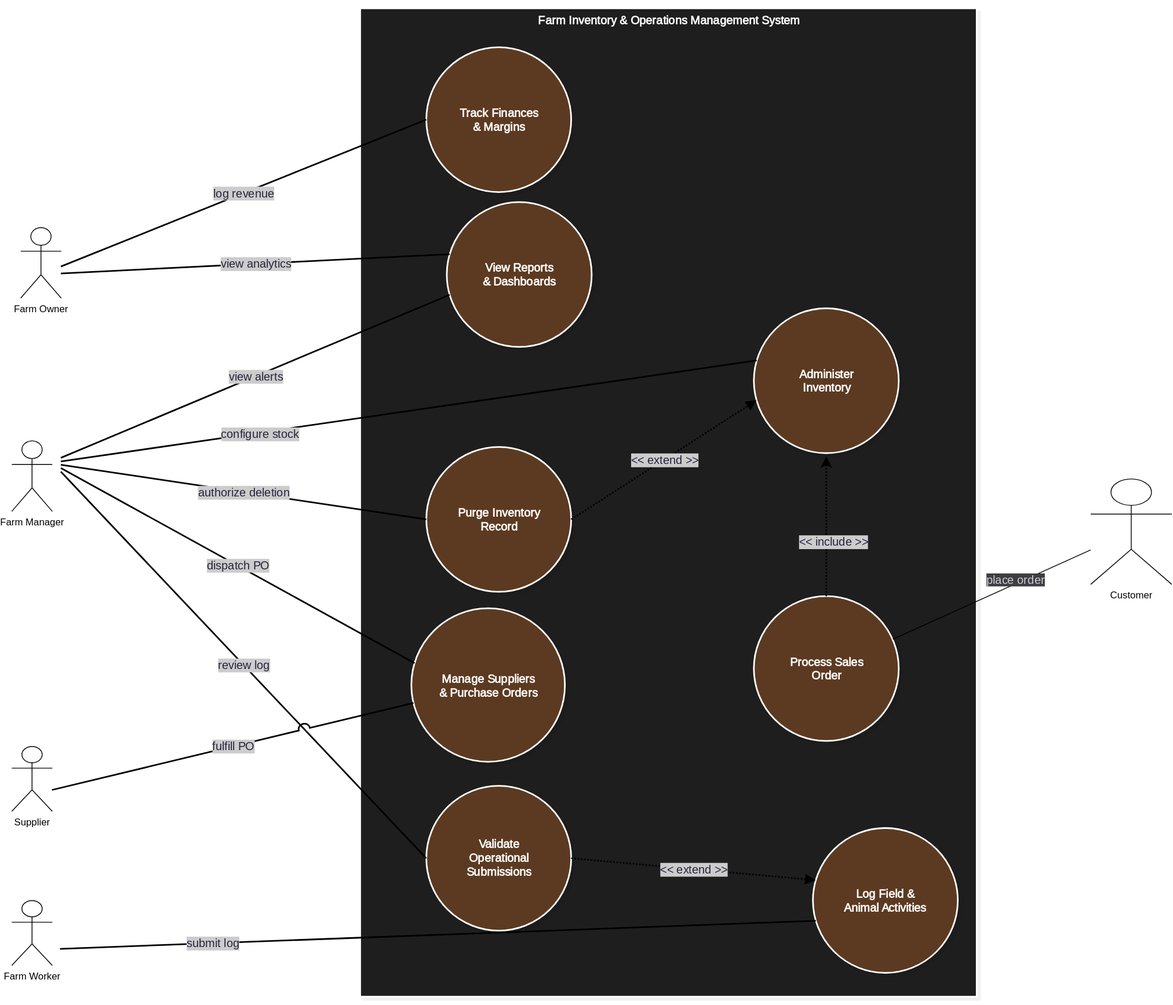
This is diagrams/Sequence_Diagram.svg from frhetto/Farm-Inventory-Manager, a draw.io export, as it was before one commit. Source tidied: cells renumbered, new cells last; positions are measured from the earlier drawing's top-left corner, leaving out a move shared by most shapes.
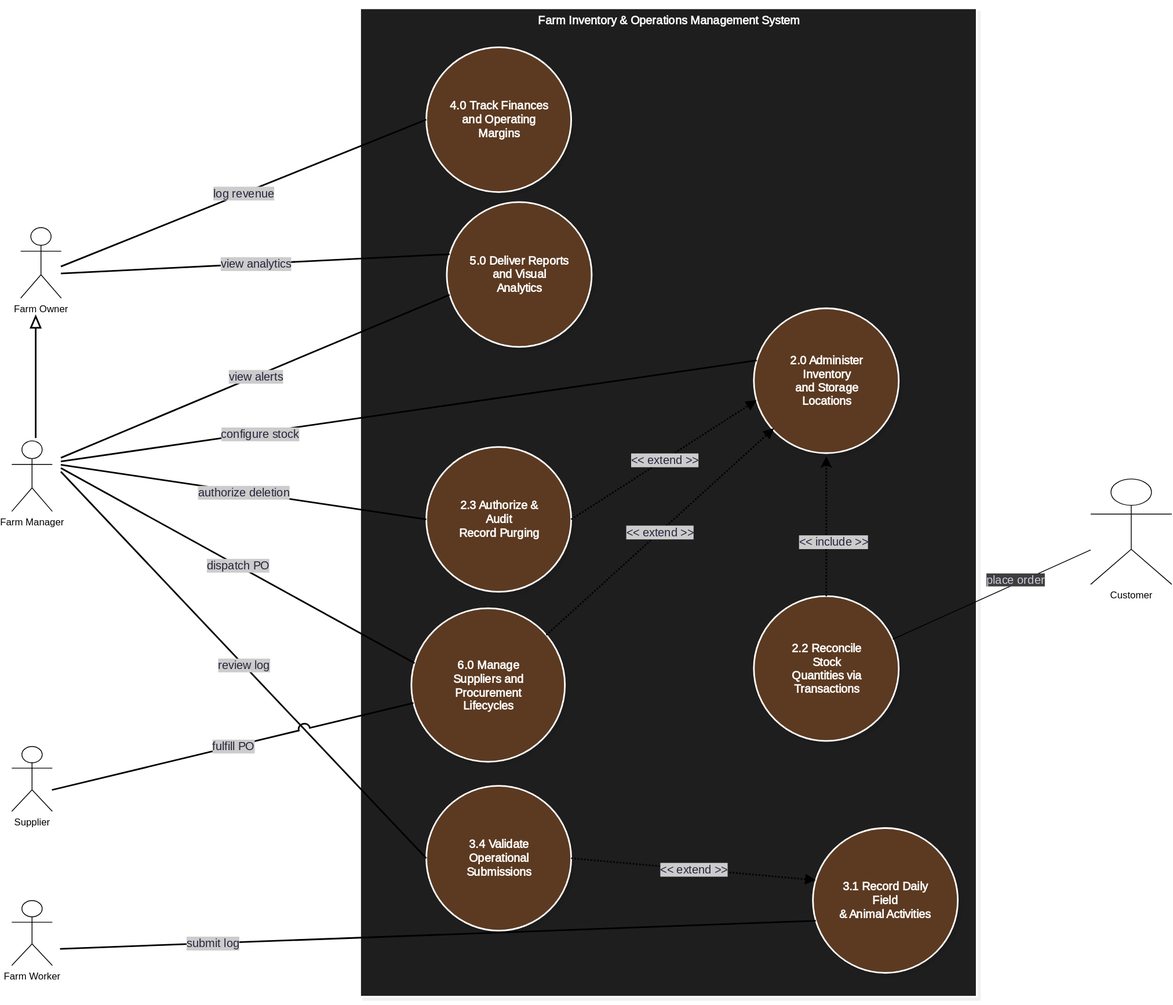
The same diagram one commit later.

What changed in the source:
```diff
@@ -11,22 +11,22 @@
     <mxCell id="4" value="Farm Inventory &amp; Operations Management System" style="html=1;whiteSpace=nowrap;strokeWidth=2;verticalAlign=top;fillColor=light-dark(#1E1E1E,#6666FF);strokeColor=#ffffff;fontColor=#ffffff;fontFamily=Recursive;fontSize=14;shadow=1;shadowColor=#000000;shadowOffsetX=4;shadowOffsetY=4;shadowBlur=0;shadowOpacity=6;fontStyle=1;fontSource=https%3A%2F%2Ffonts.googleapis.com%2Fcss%3Ffamily%3DRecursive;" parent="3" vertex="1">
       <mxGeometry x="440" y="10" width="760" height="1219" as="geometry" />
     </mxCell>
-    <mxCell id="5" value="Track Finances&#10;&amp; Margins" style="ellipse;html=1;strokeWidth=2;whiteSpace=wrap;fillColor=#5c3a21;strokeColor=#ffffff;fontColor=#ffffff;fontFamily=Recursive;fontSize=14;shadow=1;shadowColor=#000000;shadowOffsetX=4;shadowOffsetY=4;shadowBlur=0;shadowOpacity=6;fontStyle=1;labelWidth=120;fontSource=https%3A%2F%2Ffonts.googleapis.com%2Fcss%3Ffamily%3DRecursive;" parent="4" vertex="1">
+    <mxCell id="5" value="4.0 Track Finances&#10;and Operating Margins" style="ellipse;html=1;strokeWidth=2;whiteSpace=wrap;fillColor=#5c3a21;strokeColor=#ffffff;fontColor=#ffffff;fontFamily=Recursive;fontSize=14;shadow=1;shadowColor=#000000;shadowOffsetX=4;shadowOffsetY=4;shadowBlur=0;shadowOpacity=6;fontStyle=1;labelWidth=120;fontSource=https%3A%2F%2Ffonts.googleapis.com%2Fcss%3Ffamily%3DRecursive;" parent="4" vertex="1">
       <mxGeometry x="81.5" y="48" width="178.6" height="178.6" as="geometry" />
     </mxCell>
-    <mxCell id="6" value="View Reports&#10;&amp; Dashboards" style="ellipse;html=1;strokeWidth=2;whiteSpace=wrap;fillColor=#5c3a21;strokeColor=#ffffff;fontColor=#ffffff;fontFamily=Recursive;fontSize=14;shadow=1;shadowColor=#000000;shadowOffsetX=4;shadowOffsetY=4;shadowBlur=0;shadowOpacity=6;fontStyle=1;labelWidth=120;fontSource=https%3A%2F%2Ffonts.googleapis.com%2Fcss%3Ffamily%3DRecursive;" parent="4" vertex="1">
+    <mxCell id="6" value="5.0 Deliver Reports&#10;and Visual Analytics" style="ellipse;html=1;strokeWidth=2;whiteSpace=wrap;fillColor=#5c3a21;strokeColor=#ffffff;fontColor=#ffffff;fontFamily=Recursive;fontSize=14;shadow=1;shadowColor=#000000;shadowOffsetX=4;shadowOffsetY=4;shadowBlur=0;shadowOpacity=6;fontStyle=1;labelWidth=120;fontSource=https%3A%2F%2Ffonts.googleapis.com%2Fcss%3Ffamily%3DRecursive;" parent="4" vertex="1">
       <mxGeometry x="106.8" y="239" width="178.6" height="178.6" as="geometry" />
     </mxCell>
-    <mxCell id="7" value="Administer&#10;Inventory" style="ellipse;html=1;strokeWidth=2;whiteSpace=wrap;fillColor=#5c3a21;strokeColor=#ffffff;fontColor=#ffffff;fontFamily=Recursive;fontSize=14;shadow=1;shadowColor=#000000;shadowOffsetX=4;shadowOffsetY=4;shadowBlur=0;shadowOpacity=6;fontStyle=1;labelWidth=120;fontSource=https%3A%2F%2Ffonts.googleapis.com%2Fcss%3Ffamily%3DRecursive;" parent="4" vertex="1">
+    <mxCell id="7" value="2.0 Administer Inventory&#10;and Storage Locations" style="ellipse;html=1;strokeWidth=2;whiteSpace=wrap;fillColor=#5c3a21;strokeColor=#ffffff;fontColor=#ffffff;fontFamily=Recursive;fontSize=14;shadow=1;shadowColor=#000000;shadowOffsetX=4;shadowOffsetY=4;shadowBlur=0;shadowOpacity=6;fontStyle=1;labelWidth=120;fontSource=https%3A%2F%2Ffonts.googleapis.com%2Fcss%3Ffamily%3DRecursive;" parent="4" vertex="1">
       <mxGeometry x="485.3" y="370" width="178.6" height="178.6" as="geometry" />
     </mxCell>
-    <mxCell id="8" value="Purge Inventory&#10;Record" style="ellipse;html=1;strokeWidth=2;whiteSpace=wrap;fillColor=#5c3a21;strokeColor=#ffffff;fontColor=#ffffff;fontFamily=Recursive;fontSize=14;shadow=1;shadowColor=#000000;shadowOffsetX=4;shadowOffsetY=4;shadowBlur=0;shadowOpacity=6;fontStyle=1;labelWidth=120;fontSource=https%3A%2F%2Ffonts.googleapis.com%2Fcss%3Ffamily%3DRecursive;" parent="4" vertex="1">
+    <mxCell id="8" value="2.3 Authorize &amp; Audit&#10;Record Purging" style="ellipse;html=1;strokeWidth=2;whiteSpace=wrap;fillColor=#5c3a21;strokeColor=#ffffff;fontColor=#ffffff;fontFamily=Recursive;fontSize=14;shadow=1;shadowColor=#000000;shadowOffsetX=4;shadowOffsetY=4;shadowBlur=0;shadowOpacity=6;fontStyle=1;labelWidth=120;fontSource=https%3A%2F%2Ffonts.googleapis.com%2Fcss%3Ffamily%3DRecursive;" parent="4" vertex="1">
       <mxGeometry x="81.5" y="541" width="178.6" height="178.6" as="geometry" />
     </mxCell>
-    <mxCell id="9" value="Validate Operational&#10;Submissions" style="ellipse;html=1;strokeWidth=2;whiteSpace=wrap;fillColor=#5c3a21;strokeColor=#ffffff;fontColor=#ffffff;fontFamily=Recursive;fontSize=14;shadow=1;shadowColor=#000000;shadowOffsetX=4;shadowOffsetY=4;shadowBlur=0;shadowOpacity=6;fontStyle=1;labelWidth=120;fontSource=https%3A%2F%2Ffonts.googleapis.com%2Fcss%3Ffamily%3DRecursive;" parent="4" vertex="1">
+    <mxCell id="9" value="3.4 Validate&#10;Operational Submissions" style="ellipse;html=1;strokeWidth=2;whiteSpace=wrap;fillColor=#5c3a21;strokeColor=#ffffff;fontColor=#ffffff;fontFamily=Recursive;fontSize=14;shadow=1;shadowColor=#000000;shadowOffsetX=4;shadowOffsetY=4;shadowBlur=0;shadowOpacity=6;fontStyle=1;labelWidth=120;fontSource=https%3A%2F%2Ffonts.googleapis.com%2Fcss%3Ffamily%3DRecursive;" parent="4" vertex="1">
       <mxGeometry x="81.5" y="959" width="178.6" height="178.6" as="geometry" />
     </mxCell>
-    <mxCell id="10" value="Log Field &amp;&#10;Animal Activities" style="ellipse;html=1;strokeWidth=2;whiteSpace=wrap;fillColor=#5c3a21;strokeColor=#ffffff;fontColor=#ffffff;fontFamily=Recursive;fontSize=14;shadow=1;shadowColor=#000000;shadowOffsetX=4;shadowOffsetY=4;shadowBlur=0;shadowOpacity=6;fontStyle=1;labelWidth=120;fontSource=https%3A%2F%2Ffonts.googleapis.com%2Fcss%3Ffamily%3DRecursive;" parent="4" vertex="1">
+    <mxCell id="10" value="3.1 Record Daily Field&#10;&amp; Animal Activities" style="ellipse;html=1;strokeWidth=2;whiteSpace=wrap;fillColor=#5c3a21;strokeColor=#ffffff;fontColor=#ffffff;fontFamily=Recursive;fontSize=14;shadow=1;shadowColor=#000000;shadowOffsetX=4;shadowOffsetY=4;shadowBlur=0;shadowOpacity=6;fontStyle=1;labelWidth=120;fontSource=https%3A%2F%2Ffonts.googleapis.com%2Fcss%3Ffamily%3DRecursive;" parent="4" vertex="1">
       <mxGeometry x="558.1" y="1011" width="178.6" height="178.6" as="geometry" />
     </mxCell>
     <mxCell id="11" value="&amp;lt;&amp;lt; extend &amp;gt;&amp;gt;" style="rounded=1;curved=0;dashed=1;dashPattern=2 2;fixDash=1;startArrow=none;endArrow=block;endSize=8;jumpStyle=arc;jumpSize=12;strokeColor=#000000;html=1;fontSize=14;labelBackgroundColor=#cccccc;fontFamily=Recursive;fontColor=#28253D;exitX=1;exitY=0.5;entryX=0;entryY=0.64;strokeWidth=2;targetPerimeterSpacing=4;fontSource=https%3A%2F%2Ffonts.googleapis.com%2Fcss%3Ffamily%3DRecursive;" parent="4" edge="1" source="8" target="7">
@@ -35,13 +35,13 @@
     <mxCell id="12" value="&amp;lt;&amp;lt; extend &amp;gt;&amp;gt;" style="rounded=1;curved=0;dashed=1;dashPattern=2 2;fixDash=1;startArrow=none;endArrow=block;endSize=8;jumpStyle=arc;jumpSize=12;strokeColor=#000000;html=1;fontSize=14;labelBackgroundColor=#cccccc;fontFamily=Recursive;fontColor=#28253D;exitX=1;exitY=0.5;entryX=0;entryY=0.35;strokeWidth=2;targetPerimeterSpacing=4;fontSource=https%3A%2F%2Ffonts.googleapis.com%2Fcss%3Ffamily%3DRecursive;" parent="4" edge="1" source="9" target="10">
       <mxGeometry relative="1" as="geometry" />
     </mxCell>
-    <mxCell id="13" value="Process Sales&#10;Order" style="ellipse;html=1;strokeWidth=2;whiteSpace=wrap;fillColor=#5c3a21;strokeColor=#ffffff;fontColor=#ffffff;fontFamily=Recursive;fontSize=14;shadow=1;shadowColor=#000000;shadowOffsetX=4;shadowOffsetY=4;shadowBlur=0;shadowOpacity=6;fontStyle=1;labelWidth=120;fontSource=https%3A%2F%2Ffonts.googleapis.com%2Fcss%3Ffamily%3DRecursive;" parent="4" vertex="1">
+    <mxCell id="13" value="2.2 Reconcile Stock&#10;Quantities via Transactions" style="ellipse;html=1;strokeWidth=2;whiteSpace=wrap;fillColor=#5c3a21;strokeColor=#ffffff;fontColor=#ffffff;fontFamily=Recursive;fontSize=14;shadow=1;shadowColor=#000000;shadowOffsetX=4;shadowOffsetY=4;shadowBlur=0;shadowOpacity=6;fontStyle=1;labelWidth=120;fontSource=https%3A%2F%2Ffonts.googleapis.com%2Fcss%3Ffamily%3DRecursive;" parent="4" vertex="1">
       <mxGeometry x="485.3" y="725" width="178.6" height="178.6" as="geometry" />
     </mxCell>
     <mxCell id="14" value="&lt;&lt; include &gt;&gt;" style="rounded=1;curved=0;dashed=1;dashPattern=2 2;fixDash=1;startArrow=none;endArrow=classic;endSize=8;jumpStyle=arc;jumpSize=12;strokeColor=#000000;html=1;fontSize=14;labelBackgroundColor=#cccccc;fontFamily=Recursive;fontColor=#28253D;strokeWidth=2;targetPerimeterSpacing=4;fontSource=https%3A%2F%2Ffonts.googleapis.com%2Fcss%3Ffamily%3DRecursive;endFill=1;" parent="4" edge="1" source="13" target="7">
       <mxGeometry x="-0.22" y="-8" relative="1" as="geometry" />
     </mxCell>
-    <mxCell id="15" value="Manage Suppliers&#10;&amp; Purchase Orders" style="ellipse;html=1;strokeWidth=2;whiteSpace=wrap;fillColor=#5c3a21;strokeColor=#ffffff;fontColor=#ffffff;fontFamily=Recursive;fontSize=14;shadow=1;shadowColor=#000000;shadowOffsetX=4;shadowOffsetY=4;shadowBlur=0;shadowOpacity=6;fontStyle=1;labelWidth=120;fontSource=https%3A%2F%2Ffonts.googleapis.com%2Fcss%3Ffamily%3DRecursive;" parent="4" vertex="1">
+    <mxCell id="15" value="6.0 Manage Suppliers and&#10;Procurement Lifecycles" style="ellipse;html=1;strokeWidth=2;whiteSpace=wrap;fillColor=#5c3a21;strokeColor=#ffffff;fontColor=#ffffff;fontFamily=Recursive;fontSize=14;shadow=1;shadowColor=#000000;shadowOffsetX=4;shadowOffsetY=4;shadowBlur=0;shadowOpacity=6;fontStyle=1;labelWidth=120;fontSource=https%3A%2F%2Ffonts.googleapis.com%2Fcss%3Ffamily%3DRecursive;" parent="4" vertex="1">
       <mxGeometry x="63.1" y="740" width="189.3" height="189.3" as="geometry" />
     </mxCell>
     <mxCell id="16" value="log revenue" style="rounded=1;curved=0;startArrow=none;endArrow=none;jumpStyle=arc;jumpSize=12;strokeColor=#000000;html=1;fontSize=14;labelBackgroundColor=#cccccc;fontFamily=Recursive;fontColor=#28253D;exitX=1;exitY=0.41;entryX=0;entryY=0.5;strokeWidth=2;fontSource=https%3A%2F%2Ffonts.googleapis.com%2Fcss%3Ffamily%3DRecursive;" parent="3" edge="1" target="5">
@@ -110,5 +110,11 @@
     <mxCell id="31" value="&lt;span style=&quot;color: rgb(203, 201, 221); font-family: Recursive; font-size: 14px; font-style: normal; font-variant-ligatures: normal; font-variant-caps: normal; font-weight: 400; letter-spacing: normal; orphans: 2; text-align: center; text-indent: 0px; text-transform: none; widows: 2; word-spacing: 0px; -webkit-text-stroke-width: 0px; white-space: nowrap; background-color: rgb(62, 62, 62); text-decoration-thickness: initial; text-decoration-style: initial; text-decoration-color: initial; float: none; display: inline !important;&quot;&gt;place order&lt;/span&gt;" style="text;whiteSpace=wrap;html=1;" parent="2" vertex="1">
       <mxGeometry x="1210" y="700" width="110" height="40" as="geometry" />
     </mxCell>
+    <mxCell id="32" style="endArrow=block;endFill=0;endSize=12;html=1;rounded=0;strokeColor=#000000;strokeWidth=2;" parent="3" edge="1" source="25" target="26">
+      <mxGeometry relative="1" as="geometry" />
+    </mxCell>
+    <mxCell id="33" value="&amp;lt;&amp;lt; extend &amp;gt;&amp;gt;" style="rounded=1;curved=0;dashed=1;dashPattern=2 2;fixDash=1;startArrow=none;endArrow=block;endSize=8;jumpStyle=arc;jumpSize=12;strokeColor=#000000;html=1;fontSize=14;labelBackgroundColor=#cccccc;fontFamily=Recursive;fontColor=#28253D;strokeWidth=2;targetPerimeterSpacing=4;fontSource=https%3A%2F%2Ffonts.googleapis.com%2Fcss%3Ffamily%3DRecursive;" parent="4" edge="1" source="15" target="7">
+      <mxGeometry relative="1" as="geometry" />
+    </mxCell>
   </root>
 </mxGraphModel>
```
